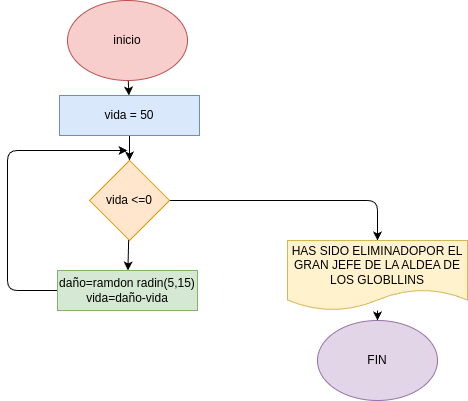
The draw.io diagram ejercicio2/diagrama.png in dyaneriss/ejercicios_comando_whilee, before a commit. Source tidied: cells renumbered, new cells last; positions are measured from the earlier drawing's top-left corner, leaving out a move shared by most shapes.
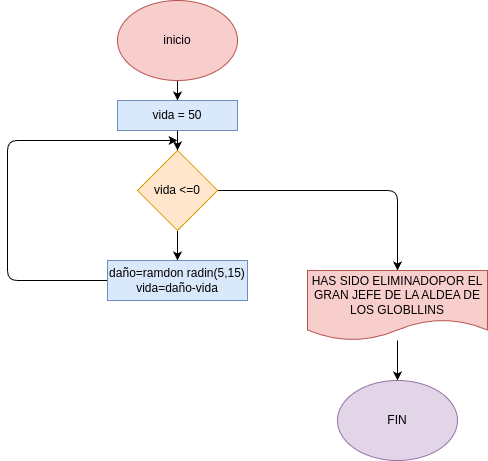
Later version of the same file.

Diff of the diagram source:
```diff
@@ -6,7 +6,7 @@
       <mxGeometry relative="1" as="geometry" />
     </mxCell>
     <mxCell id="3" value="inicio" style="ellipse;whiteSpace=wrap;html=1;fillColor=#f8cecc;strokeColor=#b85450;" parent="1" vertex="1">
-      <mxGeometry x="60" width="120" height="80" as="geometry" />
+      <mxGeometry x="110" y="20" width="120" height="80" as="geometry" />
     </mxCell>
     <mxCell id="4" style="edgeStyle=none;html=1;" parent="1" edge="1" source="6" target="8">
       <mxGeometry relative="1" as="geometry" />
@@ -14,39 +14,39 @@
     <mxCell id="5" style="edgeStyle=none;html=1;entryX=0.5;entryY=0;entryDx=0;entryDy=0;" parent="1" edge="1" source="6" target="10">
       <mxGeometry relative="1" as="geometry">
         <Array as="points">
-          <mxPoint x="370" y="200" />
+          <mxPoint x="390" y="210" />
         </Array>
       </mxGeometry>
     </mxCell>
     <mxCell id="6" value="vida &amp;lt;=0" style="rhombus;whiteSpace=wrap;html=1;fillColor=#ffe6cc;strokeColor=#d79b00;" parent="1" vertex="1">
-      <mxGeometry x="82" y="160" width="80" height="80" as="geometry" />
+      <mxGeometry x="130" y="170" width="80" height="80" as="geometry" />
     </mxCell>
-    <mxCell id="7" style="edgeStyle=none;html=1;" parent="1" edge="1" source="8">
+    <mxCell id="7" style="edgeStyle=none;html=1;exitX=0;exitY=0.5;exitDx=0;exitDy=0;" parent="1" edge="1" source="8">
       <mxGeometry relative="1" as="geometry">
-        <mxPoint x="120" y="150" as="targetPoint" />
+        <mxPoint x="170" y="160" as="targetPoint" />
         <Array as="points">
-          <mxPoint y="290" />
-          <mxPoint y="150" />
+          <mxPoint y="300" />
+          <mxPoint y="160" />
         </Array>
       </mxGeometry>
     </mxCell>
-    <mxCell id="8" value="daño=ramdon radin(5,15)&lt;div&gt;vida=daño-vida&lt;/div&gt;" style="rounded=0;whiteSpace=wrap;html=1;fillColor=#d5e8d4;strokeColor=#82b366;" parent="1" vertex="1">
-      <mxGeometry x="50" y="270" width="140" height="40" as="geometry" />
+    <mxCell id="8" value="daño=ramdon radin(5,15)&lt;div&gt;vida=daño-vida&lt;/div&gt;" style="rounded=0;whiteSpace=wrap;html=1;fillColor=#dae8fc;strokeColor=#6c8ebf;" parent="1" vertex="1">
+      <mxGeometry x="100" y="280" width="140" height="40" as="geometry" />
     </mxCell>
     <mxCell id="9" style="edgeStyle=none;html=1;" parent="1" edge="1" source="10" target="11">
       <mxGeometry relative="1" as="geometry" />
     </mxCell>
-    <mxCell id="10" value="HAS SIDO ELIMINADOPOR EL GRAN JEFE DE LA ALDEA DE LOS GLOBLLINS" style="shape=document;whiteSpace=wrap;html=1;boundedLbl=1;fillColor=#fff2cc;strokeColor=#d6b656;" parent="1" vertex="1">
-      <mxGeometry x="280" y="240" width="180" height="70" as="geometry" />
+    <mxCell id="10" value="HAS SIDO ELIMINADOPOR EL GRAN JEFE DE LA ALDEA DE LOS GLOBLLINS" style="shape=document;whiteSpace=wrap;html=1;boundedLbl=1;fillColor=#f8cecc;strokeColor=#b85450;" parent="1" vertex="1">
+      <mxGeometry x="300" y="290" width="180" height="70" as="geometry" />
     </mxCell>
     <mxCell id="11" value="FIN" style="ellipse;whiteSpace=wrap;html=1;fillColor=#e1d5e7;strokeColor=#9673a6;" parent="1" vertex="1">
-      <mxGeometry x="310" y="320" width="120" height="80" as="geometry" />
+      <mxGeometry x="330" y="400" width="120" height="80" as="geometry" />
     </mxCell>
     <mxCell id="12" style="edgeStyle=none;html=1;" parent="1" edge="1" source="13" target="6">
       <mxGeometry relative="1" as="geometry" />
     </mxCell>
     <mxCell id="13" value="vida = 50" style="rounded=0;whiteSpace=wrap;html=1;fillColor=#dae8fc;strokeColor=#6c8ebf;" parent="1" vertex="1">
-      <mxGeometry x="52" y="95" width="140" height="40" as="geometry" />
+      <mxGeometry x="110" y="120" width="120" height="30" as="geometry" />
     </mxCell>
   </root>
 </mxGraphModel>
```
